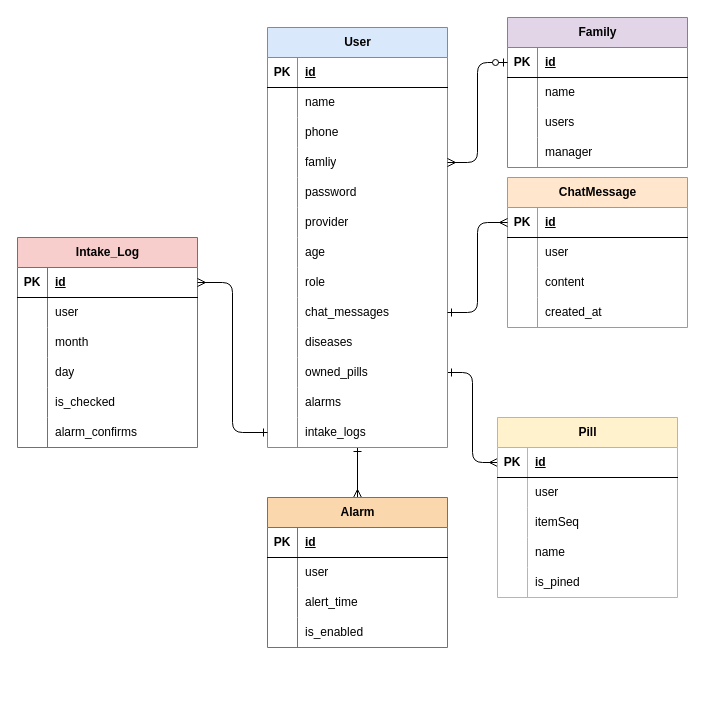
Before: page "페이지-1" (1 of 3) of ERD.drawio in ssu-unithon/Pillink-Backend, a draw.io diagram. Source tidied: cells renumbered, new cells numbered last; positions are measured from the earlier drawing's top-left corner, leaving out a move shared by most shapes. Both pictures are drawn from the tidied source at 100%, with x=0, y=0 at pixel (17, 17).
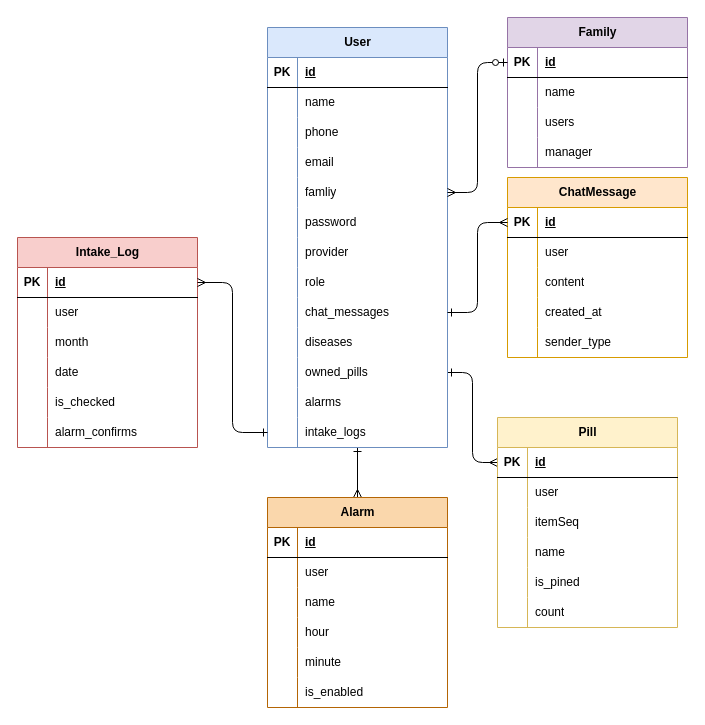
The same page after the edit.

Unchanged cells that the change refers to:
```xml
<mxCell id="4" value="User" style="shape=table;startSize=30;childLayout=tableLayout;rowLines=0;fontStyle=1;align=center;html=1;labelBackgroundColor=none;rounded=0;fillColor=#dae8fc;strokeColor=#6c8ebf;" parent="1" vertex="1">
  <mxGeometry x="250" y="10" width="180" height="420" as="geometry" />
</mxCell>
<mxCell id="111" style="shape=tableRow;horizontal=0;startSize=0;swimlaneHead=0;swimlaneBody=0;fillColor=none;top=0;left=0;right=0;bottom=0;" parent="101" vertex="1">
  <mxGeometry y="120" width="180" height="30" as="geometry" />
</mxCell>
```

The edit, as a diff of the source:
```diff
@@
+    <mxCell id="23" style="shape=tableRow;horizontal=0;startSize=0;swimlaneHead=0;swimlaneBody=0;fillColor=none;top=0;left=0;right=0;bottom=0;labelBackgroundColor=none;rounded=0;" parent="4" vertex="1">
+      <mxGeometry y="120" width="180" height="30" as="geometry" />
+    </mxCell>
+    <mxCell id="24" style="shape=partialRectangle;fillColor=none;top=0;left=0;bottom=0;right=0;overflow=hidden;whiteSpace=wrap;html=1;labelBackgroundColor=none;rounded=0;" parent="23" vertex="1">
+      <mxGeometry width="30" height="30" as="geometry" />
+    </mxCell>
+    <mxCell id="25" value="email" style="shape=partialRectangle;fillColor=none;top=0;left=0;bottom=0;right=0;align=left;spacingLeft=6;overflow=hidden;whiteSpace=wrap;html=1;labelBackgroundColor=none;rounded=0;" parent="23" vertex="1">
+      <mxGeometry x="30" width="150" height="30" as="geometry" />
+    </mxCell>
     <mxCell id="14" style="shape=tableRow;horizontal=0;startSize=0;swimlaneHead=0;swimlaneBody=0;fillColor=none;points=[[0,0.5],[1,0.5]];portConstraint=eastwest;top=0;left=0;right=0;bottom=0;labelBackgroundColor=none;rounded=0;" parent="4" vertex="1">
-      <mxGeometry y="120" width="180" height="30" as="geometry" />
+      <mxGeometry y="150" width="180" height="30" as="geometry" />
     </mxCell>
@@
     <mxCell id="17" style="shape=tableRow;horizontal=0;startSize=0;swimlaneHead=0;swimlaneBody=0;fillColor=none;top=0;left=0;right=0;bottom=0;labelBackgroundColor=none;rounded=0;" parent="4" vertex="1">
-      <mxGeometry y="150" width="180" height="30" as="geometry" />
+      <mxGeometry y="180" width="180" height="30" as="geometry" />
     </mxCell>
@@
     <mxCell id="20" style="shape=tableRow;horizontal=0;startSize=0;swimlaneHead=0;swimlaneBody=0;fillColor=none;top=0;left=0;right=0;bottom=0;labelBackgroundColor=none;rounded=0;" parent="4" vertex="1">
-      <mxGeometry y="180" width="180" height="30" as="geometry" />
+      <mxGeometry y="210" width="180" height="30" as="geometry" />
     </mxCell>
@@
-    <mxCell id="23" style="shape=tableRow;horizontal=0;startSize=0;swimlaneHead=0;swimlaneBody=0;fillColor=none;top=0;left=0;right=0;bottom=0;labelBackgroundColor=none;rounded=0;" parent="4" vertex="1">
-      <mxGeometry y="210" width="180" height="30" as="geometry" />
-    </mxCell>
-    <mxCell id="24" style="shape=partialRectangle;fillColor=none;top=0;left=0;bottom=0;right=0;overflow=hidden;whiteSpace=wrap;html=1;labelBackgroundColor=none;rounded=0;" parent="23" vertex="1">
-      <mxGeometry width="30" height="30" as="geometry" />
-    </mxCell>
-    <mxCell id="25" value="age" style="shape=partialRectangle;fillColor=none;top=0;left=0;bottom=0;right=0;align=left;spacingLeft=6;overflow=hidden;whiteSpace=wrap;html=1;labelBackgroundColor=none;rounded=0;" parent="23" vertex="1">
-      <mxGeometry x="30" width="150" height="30" as="geometry" />
-    </mxCell>
@@
     <mxCell id="44" value="Pill" style="shape=table;startSize=30;childLayout=tableLayout;rowLines=0;fontStyle=1;align=center;html=1;labelBackgroundColor=none;rounded=0;fillColor=#fff2cc;strokeColor=#d6b656;" parent="1" vertex="1">
-      <mxGeometry x="480" y="400" width="180" height="180" as="geometry" />
+      <mxGeometry x="480" y="400" width="180" height="210" as="geometry" />
     </mxCell>
@@
+    <mxCell id="121" style="shape=tableRow;horizontal=0;startSize=0;swimlaneHead=0;swimlaneBody=0;fillColor=none;top=0;left=0;right=0;bottom=0;labelBackgroundColor=none;rounded=0;" parent="44" vertex="1">
+      <mxGeometry y="180" width="180" height="30" as="geometry" />
+    </mxCell>
+    <mxCell id="122" style="shape=partialRectangle;fillColor=none;top=0;left=0;bottom=0;right=0;overflow=hidden;whiteSpace=wrap;html=1;labelBackgroundColor=none;rounded=0;" parent="121" vertex="1">
+      <mxGeometry width="30" height="30" as="geometry" />
+    </mxCell>
+    <mxCell id="123" value="count" style="shape=partialRectangle;fillColor=none;top=0;left=0;bottom=0;right=0;align=left;spacingLeft=6;overflow=hidden;whiteSpace=wrap;html=1;labelBackgroundColor=none;rounded=0;" parent="121" vertex="1">
+      <mxGeometry x="30" width="150" height="30" as="geometry" />
+    </mxCell>
@@
     <mxCell id="74" value="ChatMessage" style="shape=table;startSize=30;childLayout=tableLayout;rowLines=0;fontStyle=1;align=center;html=1;fillColor=#ffe6cc;strokeColor=#d79b00;" parent="1" vertex="1">
-      <mxGeometry x="490" y="160" width="180" height="150" as="geometry" />
+      <mxGeometry x="490" y="160" width="180" height="180" as="geometry" />
     </mxCell>
@@
+    <mxCell id="124" style="shape=tableRow;horizontal=0;startSize=0;swimlaneHead=0;swimlaneBody=0;fillColor=none;top=0;left=0;right=0;bottom=0;" parent="74" vertex="1">
+      <mxGeometry y="150" width="180" height="30" as="geometry" />
+    </mxCell>
+    <mxCell id="125" style="shape=partialRectangle;fillColor=none;top=0;left=0;bottom=0;right=0;overflow=hidden;whiteSpace=wrap;html=1;" parent="124" vertex="1">
+      <mxGeometry width="30" height="30" as="geometry" />
+    </mxCell>
+    <mxCell id="126" value="sender_type" style="shape=partialRectangle;fillColor=none;top=0;left=0;bottom=0;right=0;align=left;spacingLeft=6;overflow=hidden;whiteSpace=wrap;html=1;" parent="124" vertex="1">
+      <mxGeometry x="30" width="150" height="30" as="geometry" />
+    </mxCell>
@@
     <mxCell id="88" value="Alarm" style="shape=table;startSize=30;childLayout=tableLayout;rowLines=0;fontStyle=1;align=center;html=1;fillColor=#fad7ac;strokeColor=#b46504;" parent="1" vertex="1">
-      <mxGeometry x="250" y="480" width="180" height="150" as="geometry" />
+      <mxGeometry x="250" y="480" width="180" height="210" as="geometry" />
     </mxCell>
@@
+    <mxCell id="127" style="shape=tableRow;horizontal=0;startSize=0;swimlaneHead=0;swimlaneBody=0;fillColor=none;top=0;left=0;right=0;bottom=0;" parent="88" vertex="1">
+      <mxGeometry y="90" width="180" height="30" as="geometry" />
+    </mxCell>
+    <mxCell id="128" style="shape=partialRectangle;fillColor=none;top=0;left=0;bottom=0;right=0;overflow=hidden;whiteSpace=wrap;html=1;" parent="127" vertex="1">
+      <mxGeometry width="30" height="30" as="geometry" />
+    </mxCell>
+    <mxCell id="129" value="name" style="shape=partialRectangle;fillColor=none;top=0;left=0;bottom=0;right=0;align=left;spacingLeft=6;overflow=hidden;whiteSpace=wrap;html=1;" parent="127" vertex="1">
+      <mxGeometry x="30" width="150" height="30" as="geometry" />
+    </mxCell>
     <mxCell id="95" style="shape=tableRow;horizontal=0;startSize=0;swimlaneHead=0;swimlaneBody=0;fillColor=none;top=0;left=0;right=0;bottom=0;" parent="88" vertex="1">
-      <mxGeometry y="90" width="180" height="30" as="geometry" />
+      <mxGeometry y="120" width="180" height="30" as="geometry" />
     </mxCell>
@@
-    <mxCell id="97" value="alert_time" style="shape=partialRectangle;fillColor=none;top=0;left=0;bottom=0;right=0;align=left;spacingLeft=6;overflow=hidden;whiteSpace=wrap;html=1;" parent="95" vertex="1">
+    <mxCell id="97" value="hour" style="shape=partialRectangle;fillColor=none;top=0;left=0;bottom=0;right=0;align=left;spacingLeft=6;overflow=hidden;whiteSpace=wrap;html=1;" parent="95" vertex="1">
       <mxGeometry x="30" width="150" height="30" as="geometry" />
     </mxCell>
+    <mxCell id="130" style="shape=tableRow;horizontal=0;startSize=0;swimlaneHead=0;swimlaneBody=0;fillColor=none;top=0;left=0;right=0;bottom=0;" parent="88" vertex="1">
+      <mxGeometry y="150" width="180" height="30" as="geometry" />
+    </mxCell>
+    <mxCell id="131" style="shape=partialRectangle;fillColor=none;top=0;left=0;bottom=0;right=0;overflow=hidden;whiteSpace=wrap;html=1;" parent="130" vertex="1">
+      <mxGeometry width="30" height="30" as="geometry" />
+    </mxCell>
+    <mxCell id="132" value="minute" style="shape=partialRectangle;fillColor=none;top=0;left=0;bottom=0;right=0;align=left;spacingLeft=6;overflow=hidden;whiteSpace=wrap;html=1;" parent="130" vertex="1">
+      <mxGeometry x="30" width="150" height="30" as="geometry" />
+    </mxCell>
     <mxCell id="98" style="shape=tableRow;horizontal=0;startSize=0;swimlaneHead=0;swimlaneBody=0;fillColor=none;top=0;left=0;right=0;bottom=0;" parent="88" vertex="1">
-      <mxGeometry y="120" width="180" height="30" as="geometry" />
+      <mxGeometry y="180" width="180" height="30" as="geometry" />
     </mxCell>
@@
-    <mxCell id="113" value="day" style="shape=partialRectangle;fillColor=none;top=0;left=0;bottom=0;right=0;align=left;spacingLeft=6;overflow=hidden;whiteSpace=wrap;html=1;" parent="111" vertex="1">
+    <mxCell id="113" value="date" style="shape=partialRectangle;fillColor=none;top=0;left=0;bottom=0;right=0;align=left;spacingLeft=6;overflow=hidden;whiteSpace=wrap;html=1;" parent="111" vertex="1">
       <mxGeometry x="30" width="150" height="30" as="geometry" />
     </mxCell>
```
